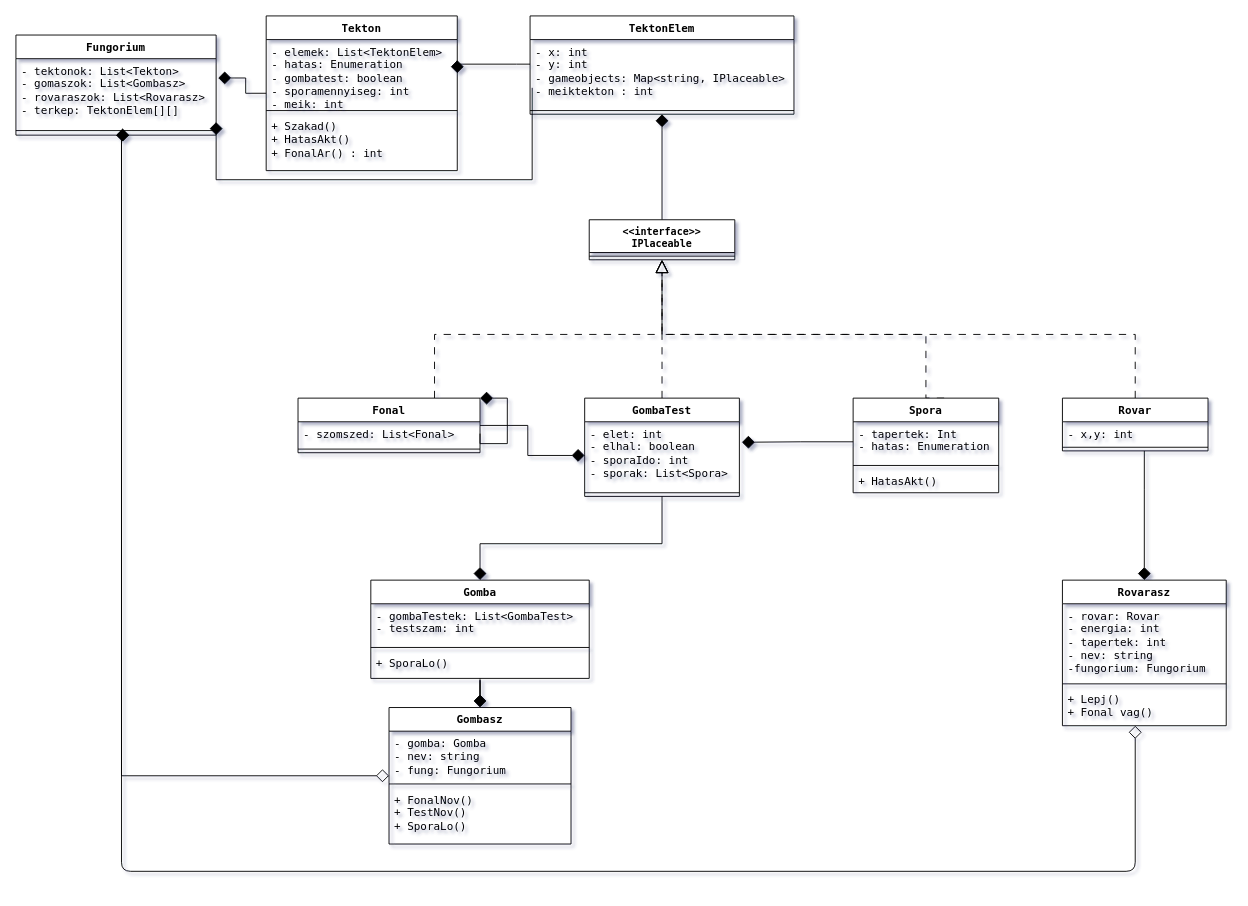
Above: UML/Fungorium_ClassDiagram(4)(2).drawio in CsipetCsapatProjlab/Project (draw.io), before the change. Source tidied: cells renumbered, new cells numbered last; positions are measured from the earlier drawing's top-left corner, leaving out a move shared by most shapes. Both pictures are drawn from the tidied source at 91%, with x=0, y=0 at pixel (15, 15).
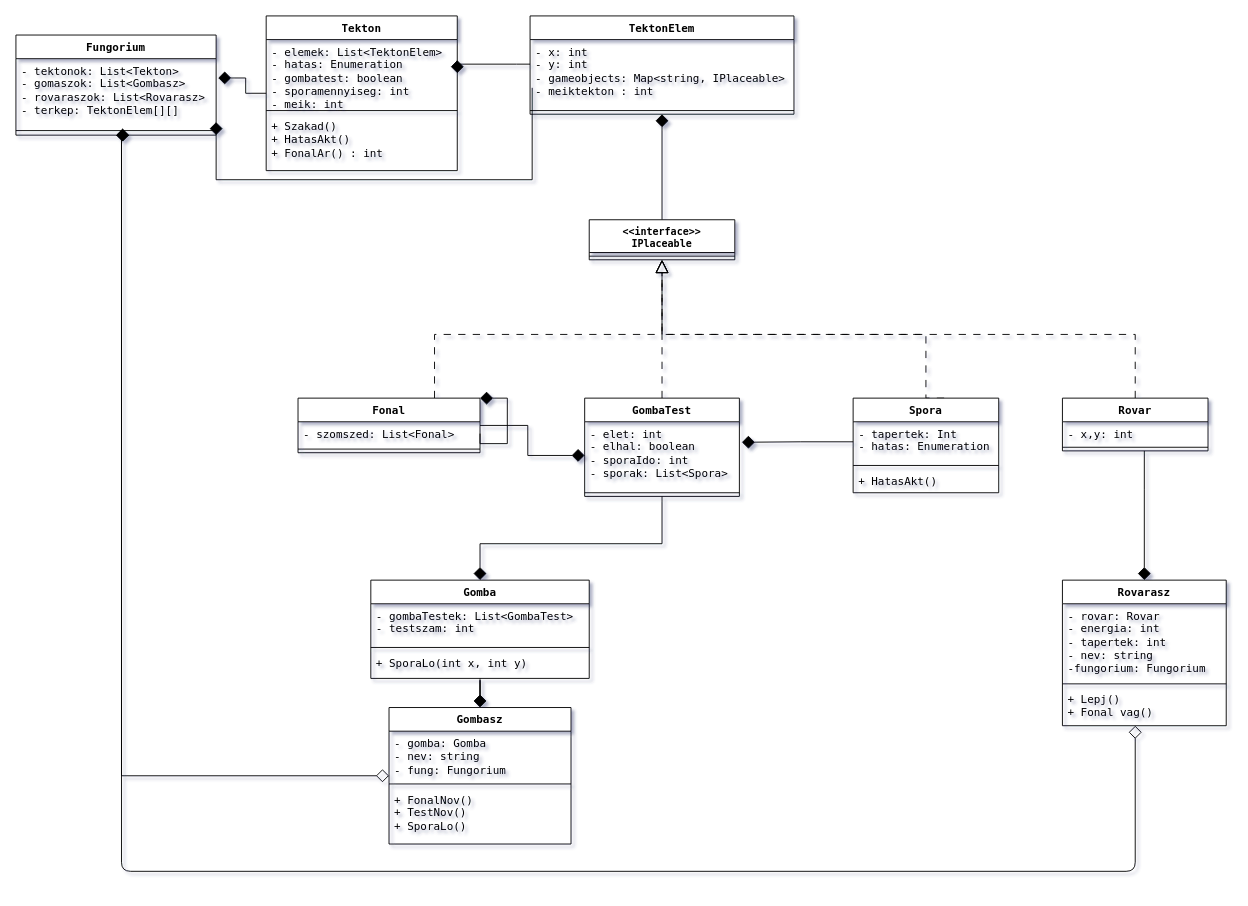
Above is the later version.

Commit message:
szekvencia diagram változatatások

Unchanged cells that the change refers to:
```xml
<mxCell id="17" value="Gomba" style="swimlane;fontStyle=1;align=center;verticalAlign=top;horizontal=1;startSize=26;whiteSpace=wrap;html=1;fontFamily=Lucida Console;labelBackgroundColor=none;" parent="1" vertex="1">
  <mxGeometry x="390" y="620" width="240" height="108" as="geometry" />
</mxCell>
```

The edit, as a diff of the source:
```diff
@@
-    <mxCell id="20" value="+ SporaLo()" style="text;strokeColor=none;fillColor=none;align=left;verticalAlign=top;spacingLeft=4;spacingRight=4;overflow=hidden;whiteSpace=wrap;html=1;fontFamily=Lucida Console;labelBackgroundColor=none;" parent="17" vertex="1">
+    <mxCell id="20" value="+ SporaLo(int x, int y)" style="text;strokeColor=none;fillColor=none;align=left;verticalAlign=top;spacingLeft=4;spacingRight=4;overflow=hidden;whiteSpace=wrap;html=1;fontFamily=Lucida Console;labelBackgroundColor=none;" parent="17" vertex="1">
       <mxGeometry y="78" width="240" height="30" as="geometry" />
     </mxCell>
```
